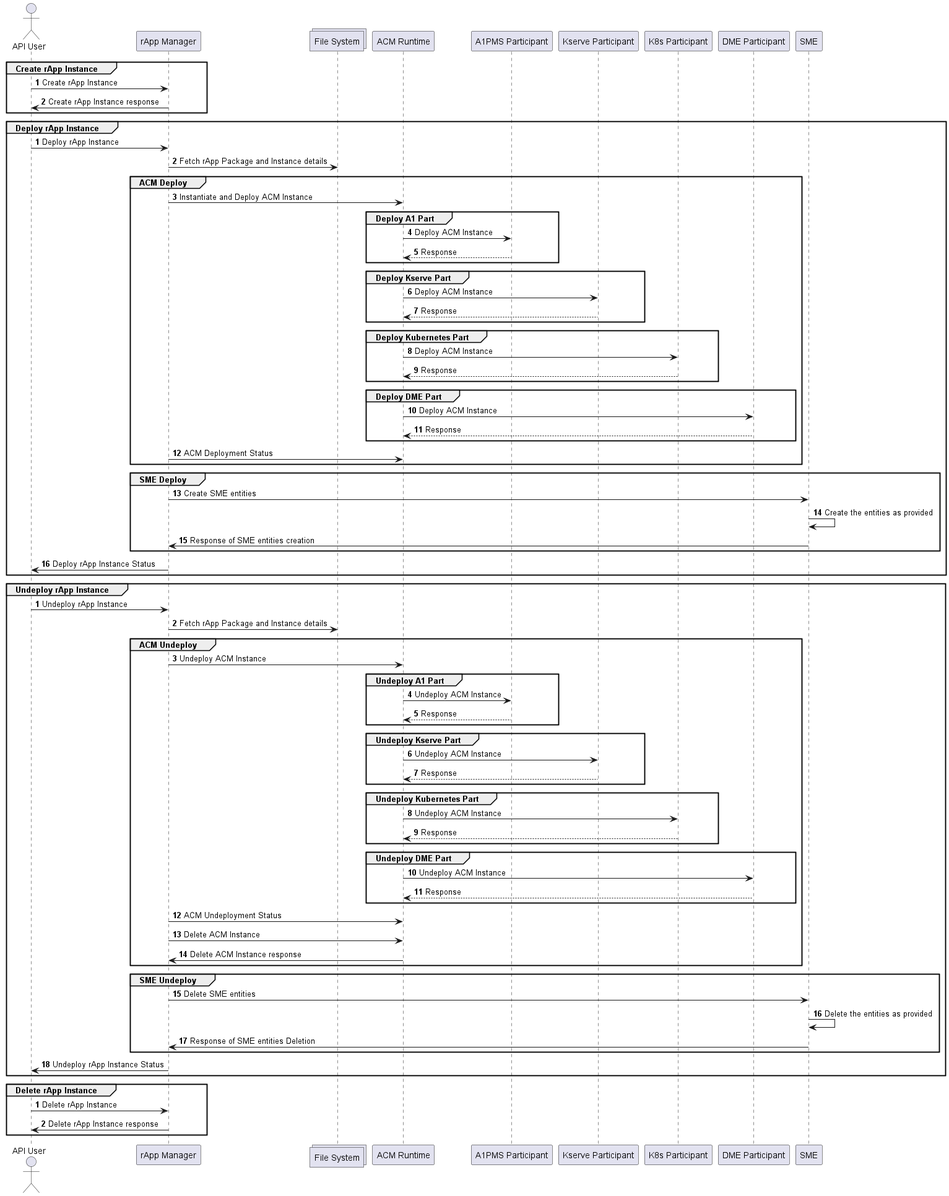
The PlantUML diagram docs/images/rApp-instance-flow.png in o-ran-sc/nonrtric-plt-rappmanager, before a commit.
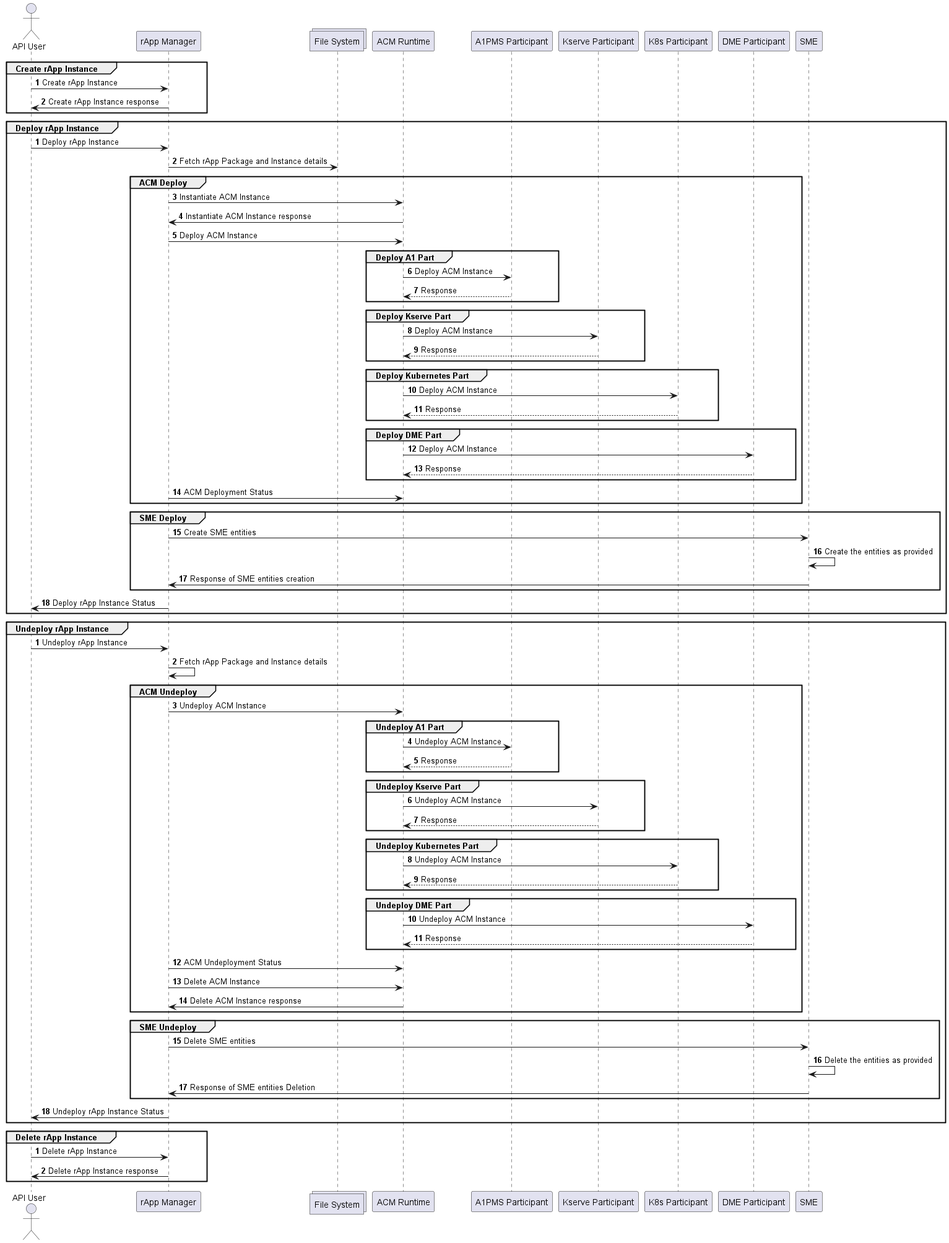
The same file after the commit.

Commit message:
Update flow diagrams

Change to the diagram source:
```diff
@@ -22,7 +22,9 @@
 "API User"->"rApp Manager": Deploy rApp Instance
 "rApp Manager"->"File System": Fetch rApp Package and Instance details
     group ACM Deploy
-        "rApp Manager"->"ACM Runtime": Instantiate and Deploy ACM Instance
+        "rApp Manager"->"ACM Runtime": Instantiate ACM Instance
+        "rApp Manager"<-"ACM Runtime": Instantiate ACM Instance response
+        "rApp Manager"->"ACM Runtime": Deploy ACM Instance
         group Deploy A1 Part
             "ACM Runtime"->"A1PMS Participant": Deploy ACM Instance
             "ACM Runtime"<--"A1PMS Participant": Response
@@ -53,7 +55,7 @@
 autonumber
 group Undeploy rApp Instance
 "API User"->"rApp Manager": Undeploy rApp Instance
-"rApp Manager"->"File System": Fetch rApp Package and Instance details
+"rApp Manager"->"rApp Manager": Fetch rApp Package and Instance details
     group ACM Undeploy
         "rApp Manager"->"ACM Runtime": Undeploy ACM Instance
         group Undeploy A1 Part
```
